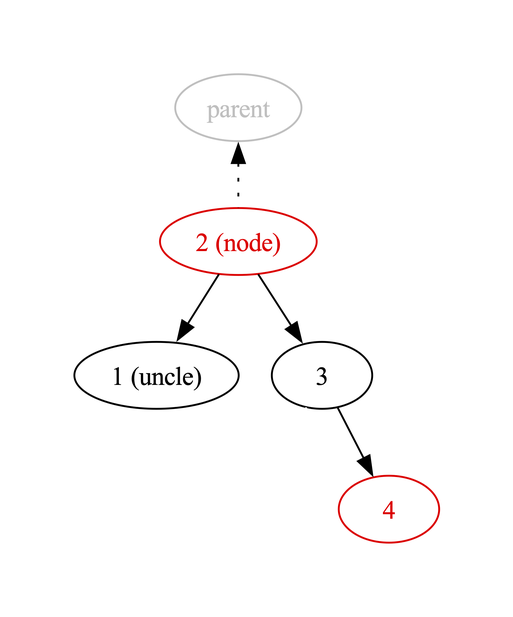
nasa/fprime keeps this Graphviz diagram as Fw/DataStructures/docs/diagrams/insertNode/red-uncle-2.png. Above is the earlier version. Its source is kept beside it as Fw/DataStructures/docs/diagrams/insertNode/red-uncle-2.dot.
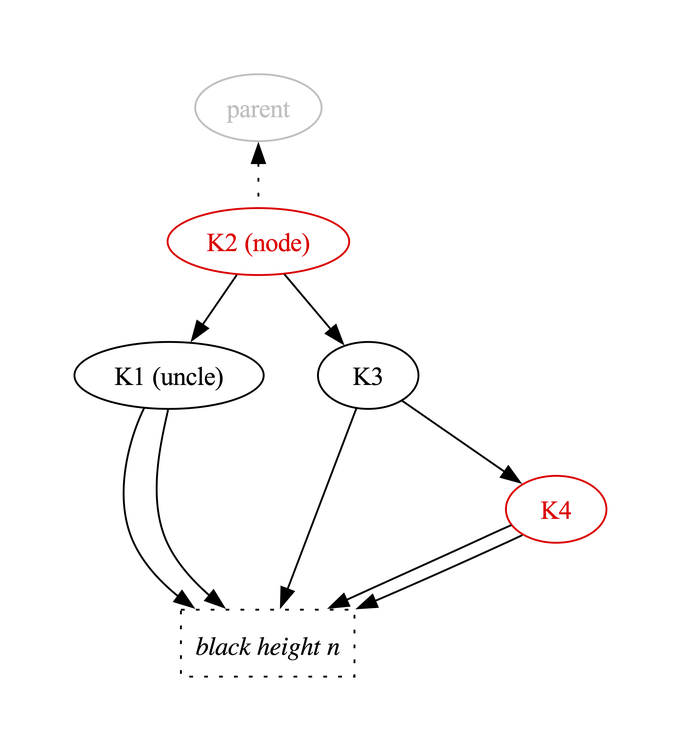
After the change.

Diff of the diagram source:
```diff
@@ -1,16 +1,29 @@
 digraph {
 
-  P -> 2 [dir="back",style="dotted"]
-  2 -> 1
-  2 -> 3
-  3 -> X [color="white"]
-  3 -> 4
+  P -> K2 [dir="back",style="dotted"]
+  K2 -> K1
+  K2 -> K3
+  K3 -> BHn
+  K3 -> X [color="invis"]
+  K3 -> K4
 
-  1 [label="1 (uncle)"]
-  2 [label="2 (node)",color="red",fontcolor="red"]
-  3 [label="3"]
-  4 [color="red",fontcolor="red"]
+  K1 [label="K1 (uncle)"]
+  K2 [label="K2 (node)",color="red",fontcolor="red"]
+  K3 [label="K3"]
+  K4 [color="red",fontcolor="red"]
 
-  X [color="white",fontcolor="white"]
+  X [color="invis",fontcolor="invis"]
+  Y [color="invis",fontcolor="invis"]
   P [label="parent",color="gray",fontcolor="gray"]
+
+  BHn [shape="box",label="black height n",style="dotted",fontname="Italic"]
+
+  K1 -> BHn
+  K1 -> Y [color="invis"]
+  Y -> BHn [color="invis"]
+  K1 -> BHn
+
+  K4 -> BHn
+  K4 -> BHn
+
 }
```
